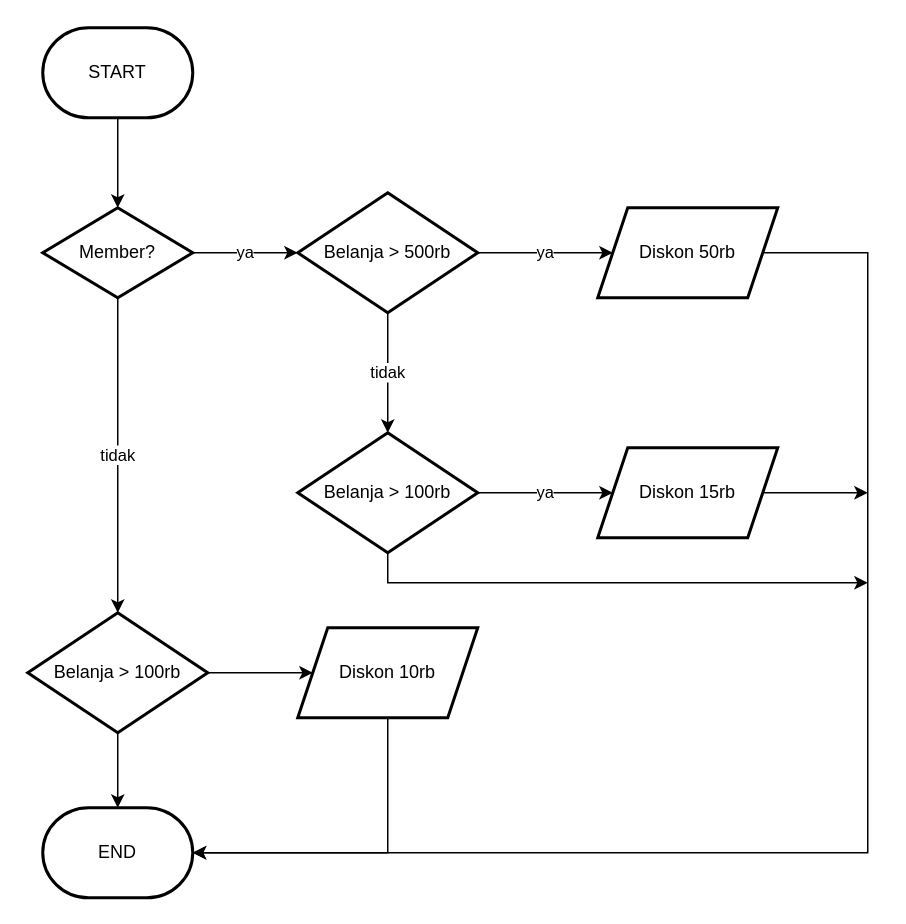
Above: Diskon Belanja (Percabangan).drawio in Vanvill027/Algo_B_23241075_2 (draw.io), before the change. Source tidied: cells renumbered, new cells numbered last; positions are measured from the earlier drawing's top-left corner, leaving out a move shared by most shapes. Both pictures are drawn from the tidied source at 150%, with x=0, y=0 at pixel (27, 27).
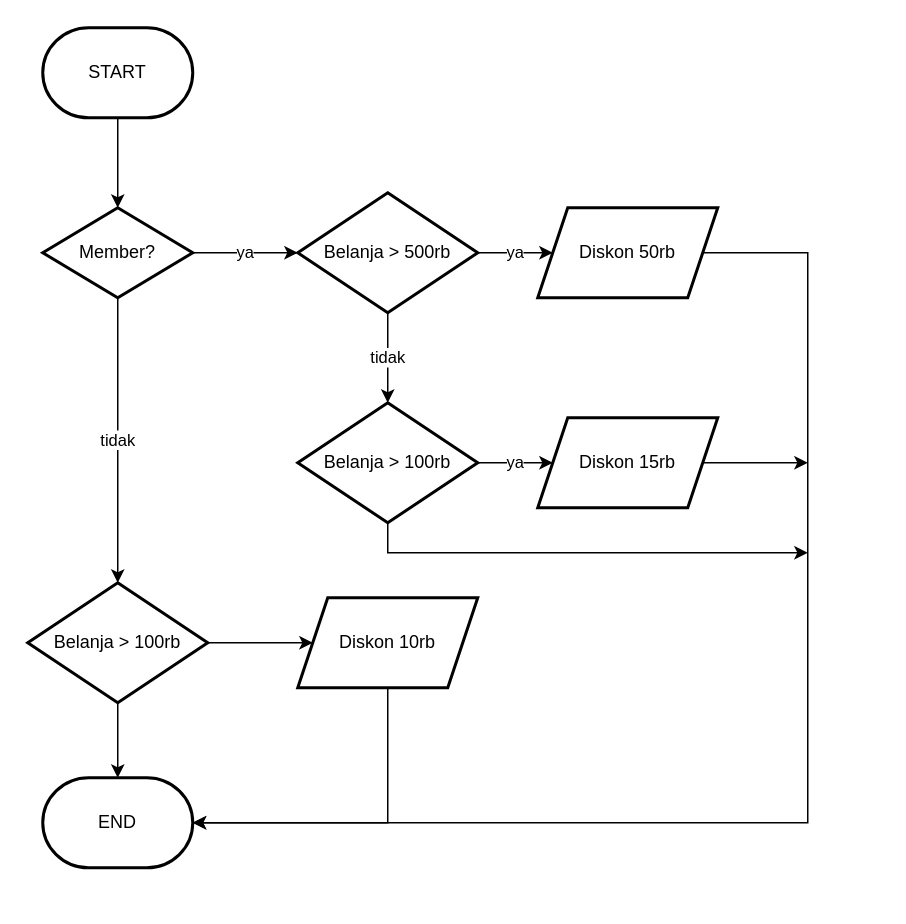
Above is the later version.

Change to the diagram source:
```diff
@@
-    <mxCell id="10" style="edgeStyle=orthogonalEdgeStyle;rounded=0;jettySize=auto;html=1;exitX=1;exitY=0.5;exitDx=0;exitDy=0;" parent="1" edge="1" source="11">
+    <mxCell id="10" style="edgeStyle=orthogonalEdgeStyle;rounded=0;jettySize=auto;html=1;exitX=1;exitY=0.5;exitDx=0;exitDy=0;entryX=1;entryY=0.5;entryDx=0;entryDy=0;entryPerimeter=0;" parent="1" edge="1" source="11" target="21">
       <mxGeometry relative="1" as="geometry">
-        <mxPoint x="110" y="550" as="targetPoint" />
         <Array as="points">
-          <mxPoint x="560" y="150" />
-          <mxPoint x="560" y="550" />
+          <mxPoint x="520" y="150" />
+          <mxPoint x="520" y="530" />
         </Array>
       </mxGeometry>
     </mxCell>
     <mxCell id="11" value="Diskon 50rb" style="shape=parallelogram;perimeter=parallelogramPerimeter;whiteSpace=wrap;html=1;fixedSize=1;strokeWidth=2;" parent="1" vertex="1">
-      <mxGeometry x="380" y="120" width="120" height="60" as="geometry" />
+      <mxGeometry x="340" y="120" width="120" height="60" as="geometry" />
     </mxCell>
@@
     <mxCell id="14" value="Belanja &amp;gt; 100rb" style="rhombus;whiteSpace=wrap;html=1;strokeWidth=2;" parent="1" vertex="1">
-      <mxGeometry y="390" width="120" height="80" as="geometry" />
+      <mxGeometry y="370" width="120" height="80" as="geometry" />
     </mxCell>
@@
     <mxCell id="16" style="edgeStyle=orthogonalEdgeStyle;rounded=0;jettySize=auto;html=1;exitX=0.5;exitY=1;exitDx=0;exitDy=0;" parent="1" edge="1" source="17">
       <mxGeometry relative="1" as="geometry">
-        <mxPoint x="560" y="370" as="targetPoint" />
+        <mxPoint x="520" y="350" as="targetPoint" />
         <Array as="points">
-          <mxPoint x="240" y="370" />
+          <mxPoint x="240" y="350" />
         </Array>
       </mxGeometry>
     </mxCell>
     <mxCell id="17" value="Belanja &amp;gt; 100rb" style="rhombus;whiteSpace=wrap;html=1;strokeWidth=2;" parent="1" vertex="1">
-      <mxGeometry x="180" y="270" width="120" height="80" as="geometry" />
+      <mxGeometry x="180" y="250" width="120" height="80" as="geometry" />
     </mxCell>
     <mxCell id="18" style="edgeStyle=orthogonalEdgeStyle;rounded=0;jettySize=auto;html=1;exitX=1;exitY=0.5;exitDx=0;exitDy=0;" parent="1" edge="1" source="19">
       <mxGeometry relative="1" as="geometry">
-        <mxPoint x="560" y="310" as="targetPoint" />
+        <mxPoint x="520" y="290" as="targetPoint" />
       </mxGeometry>
     </mxCell>
     <mxCell id="19" value="Diskon 15rb&lt;br&gt;" style="shape=parallelogram;perimeter=parallelogramPerimeter;whiteSpace=wrap;html=1;fixedSize=1;strokeWidth=2;" parent="1" vertex="1">
-      <mxGeometry x="380" y="280" width="120" height="60" as="geometry" />
+      <mxGeometry x="340" y="260" width="120" height="60" as="geometry" />
     </mxCell>
     <mxCell id="20" value="Diskon 10rb" style="shape=parallelogram;perimeter=parallelogramPerimeter;whiteSpace=wrap;html=1;fixedSize=1;strokeWidth=2;" parent="1" vertex="1">
-      <mxGeometry x="180" y="400" width="120" height="60" as="geometry" />
+      <mxGeometry x="180" y="380" width="120" height="60" as="geometry" />
     </mxCell>
     <mxCell id="21" value="END" style="strokeWidth=2;html=1;shape=mxgraph.flowchart.terminator;whiteSpace=wrap;" parent="1" vertex="1">
-      <mxGeometry x="10" y="520" width="100" height="60" as="geometry" />
+      <mxGeometry x="10" y="500" width="100" height="60" as="geometry" />
     </mxCell>
```
